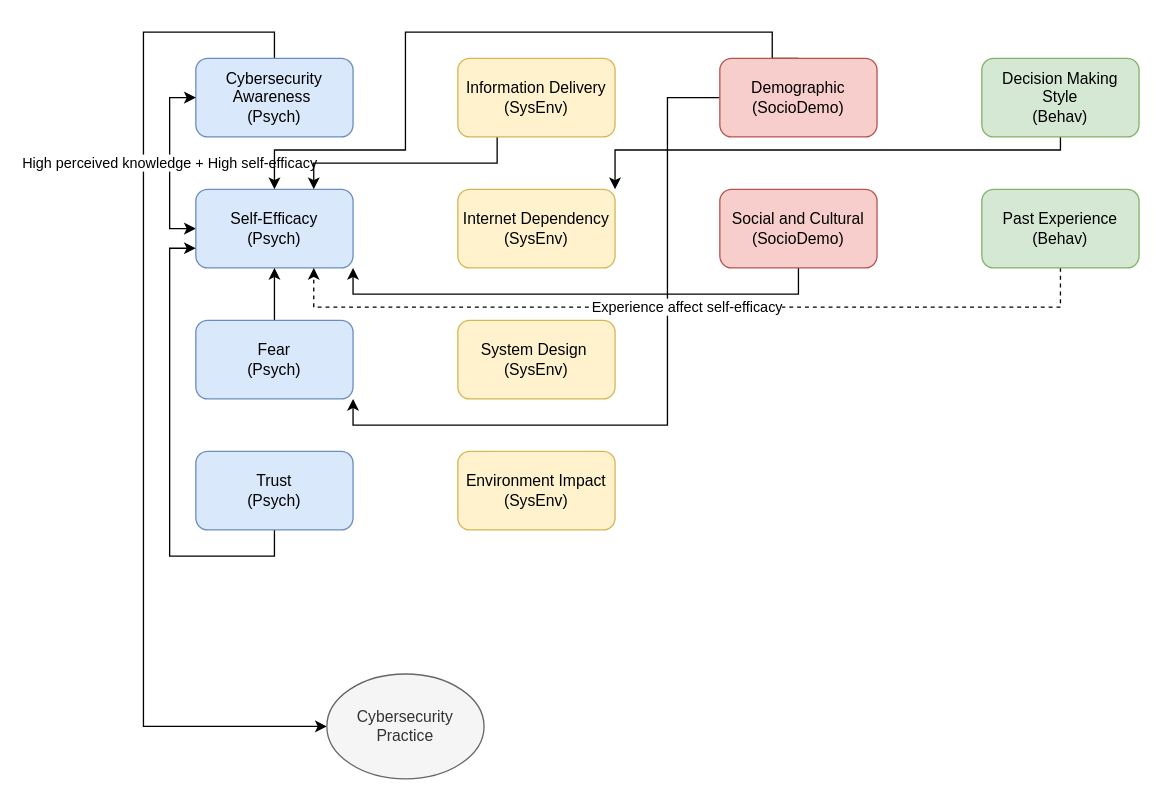
HooradAboo/I-CLAIM keeps this draw.io diagram as page "Page-1" (1 of 2) of Diagrams/Codebook.drawio. Above is the earlier version. Source tidied: cells renumbered, new cells numbered last; positions are measured from the earlier drawing's top-left corner, leaving out a move shared by most shapes. Both pictures are drawn from the tidied source at 131%, with x=0, y=0 at pixel (143, 31).
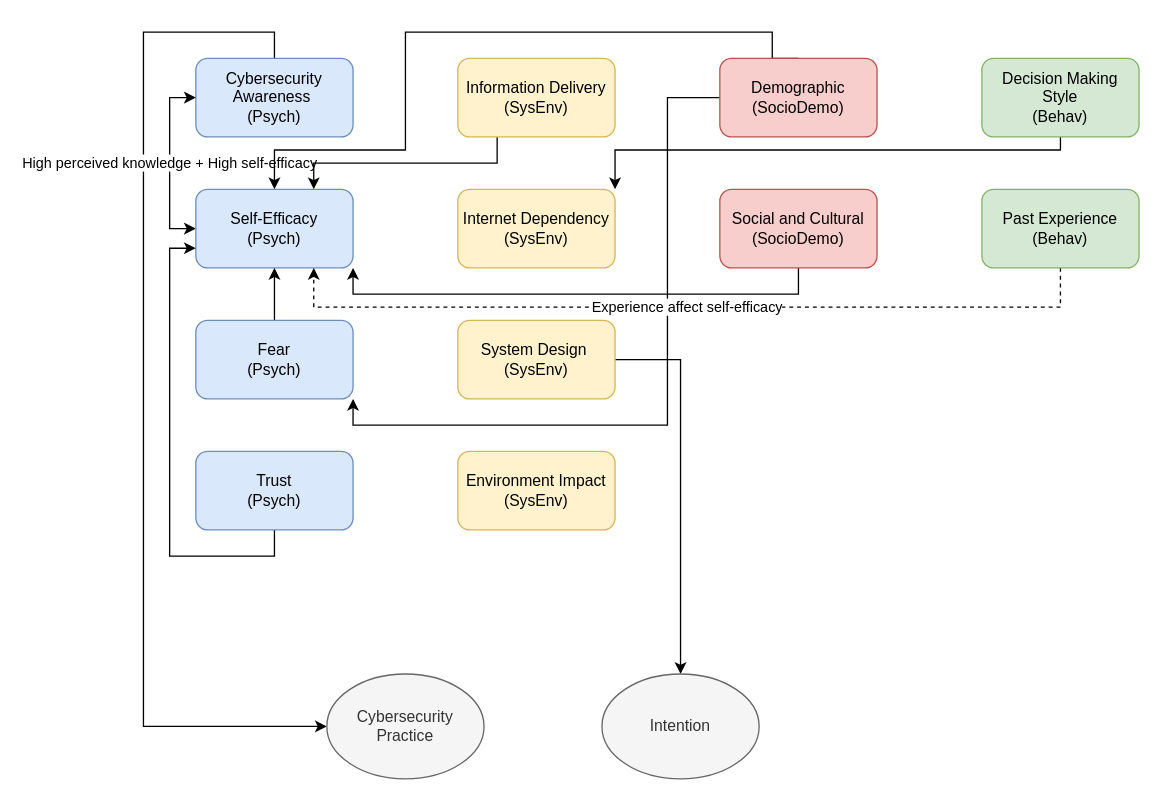
The same page after the edit.

The change refers to these unchanged cells:
```xml
<mxCell id="13" value="System Design&lt;span style=&quot;background-color: transparent; color: light-dark(rgb(0, 0, 0), rgb(255, 255, 255));&quot;&gt;&amp;nbsp;&lt;/span&gt;&lt;div&gt;(SysEnv)&lt;/div&gt;" style="rounded=1;whiteSpace=wrap;html=1;fillColor=#fff2cc;strokeColor=#d6b656;" parent="1" vertex="1">
  <mxGeometry x="240" y="220" width="120" height="60" as="geometry" />
</mxCell>
```

What changed in the source:
```diff
@@
+    <mxCell id="25" style="edgeStyle=orthogonalEdgeStyle;rounded=0;jettySize=auto;html=1;exitX=1;exitY=0.5;exitDx=0;exitDy=0;entryX=0.5;entryY=0;entryDx=0;entryDy=0;" parent="1" edge="1" source="13" target="26">
+      <mxGeometry relative="1" as="geometry" />
+    </mxCell>
@@
+    <mxCell id="26" value="Intention" style="ellipse;whiteSpace=wrap;html=1;fillColor=#f5f5f5;fontColor=#333333;strokeColor=#666666;" parent="1" vertex="1">
+      <mxGeometry x="350" y="490" width="120" height="80" as="geometry" />
+    </mxCell>
```
